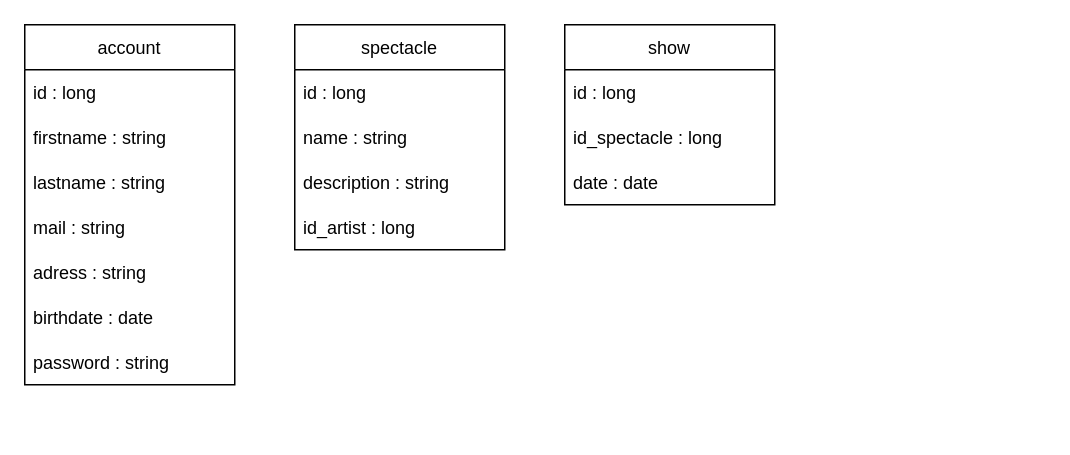
baptisteRiviere/SpectacleHallManagement keeps this draw.io diagram as page "BDD" (7 of 7) of analyse/Diagramme sans nom.drawio. Above is the earlier version. Source tidied: cells renumbered, new cells numbered last; positions are measured from the earlier drawing's top-left corner, leaving out a move shared by most shapes. Both pictures are drawn from the tidied source at 150%, with x=0, y=0 at pixel (24, 24).
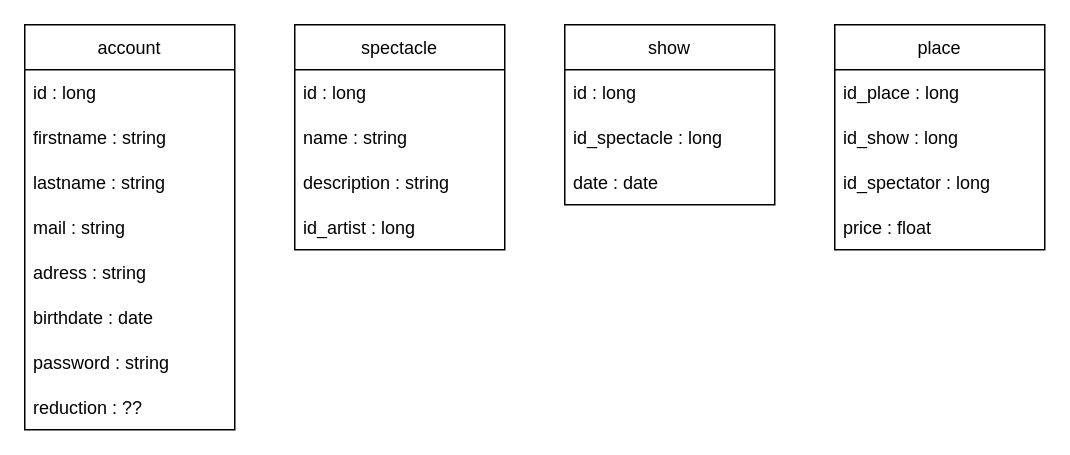
The same page after the edit.

What changed in the source:
```diff
@@
     <mxCell id="2" value="account" style="swimlane;fontStyle=0;horizontal=1;startSize=30;" parent="1" vertex="1">
-      <mxGeometry width="140" height="240" as="geometry" />
+      <mxGeometry width="140" height="270" as="geometry" />
     </mxCell>
@@
+    <mxCell id="19" value="reduction : ??" style="text;strokeColor=none;fillColor=none;align=left;verticalAlign=middle;spacingLeft=4;spacingRight=4;overflow=hidden;" parent="2" vertex="1">
+      <mxGeometry y="240" width="140" height="30" as="geometry" />
+    </mxCell>
@@
+    <mxCell id="20" value="place" style="swimlane;fontStyle=0;horizontal=1;startSize=30;" parent="1" vertex="1">
+      <mxGeometry x="540" width="140" height="150" as="geometry" />
+    </mxCell>
+    <mxCell id="21" value="id_place : long" style="text;strokeColor=none;fillColor=none;align=left;verticalAlign=middle;spacingLeft=4;spacingRight=4;overflow=hidden;" parent="20" vertex="1">
+      <mxGeometry y="30" width="140" height="30" as="geometry" />
+    </mxCell>
+    <mxCell id="22" value="id_show : long" style="text;strokeColor=none;fillColor=none;align=left;verticalAlign=middle;spacingLeft=4;spacingRight=4;overflow=hidden;" parent="20" vertex="1">
+      <mxGeometry y="60" width="140" height="30" as="geometry" />
+    </mxCell>
+    <mxCell id="23" value="id_spectator : long" style="text;strokeColor=none;fillColor=none;align=left;verticalAlign=middle;spacingLeft=4;spacingRight=4;overflow=hidden;" parent="20" vertex="1">
+      <mxGeometry y="90" width="140" height="30" as="geometry" />
+    </mxCell>
+    <mxCell id="24" value="price : float" style="text;strokeColor=none;fillColor=none;align=left;verticalAlign=middle;spacingLeft=4;spacingRight=4;overflow=hidden;" parent="20" vertex="1">
+      <mxGeometry y="120" width="140" height="30" as="geometry" />
+    </mxCell>
```
